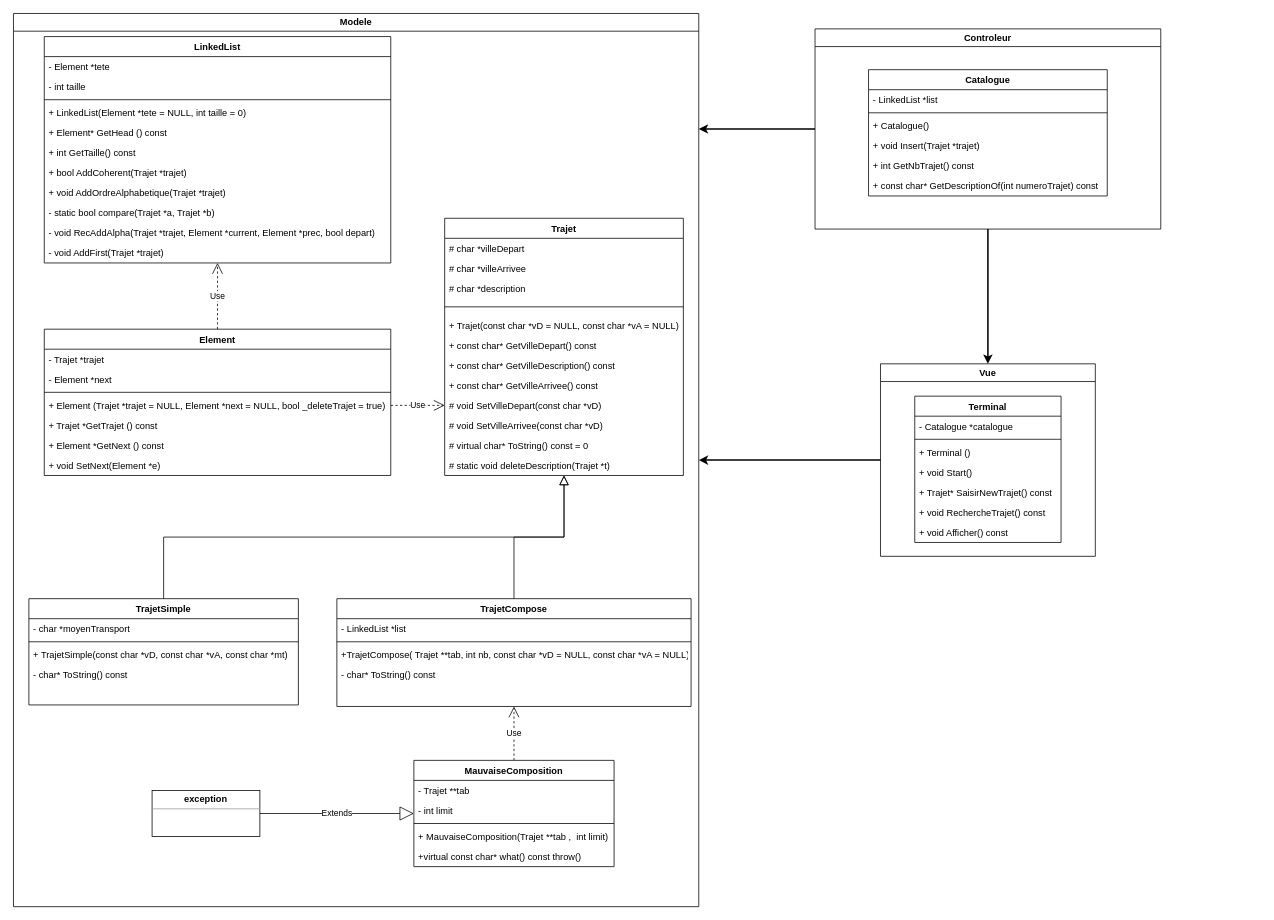
Earlier version of the draw.io diagram CPP_TP1_UML.drawio (Arkpsss/CPP_TP2). Source tidied: cells renumbered, new cells numbered last; positions are measured from the earlier drawing's top-left corner, leaving out a move shared by most shapes. Both pictures are drawn from the tidied source at 77%, with x=0, y=0 at pixel (13, 13).
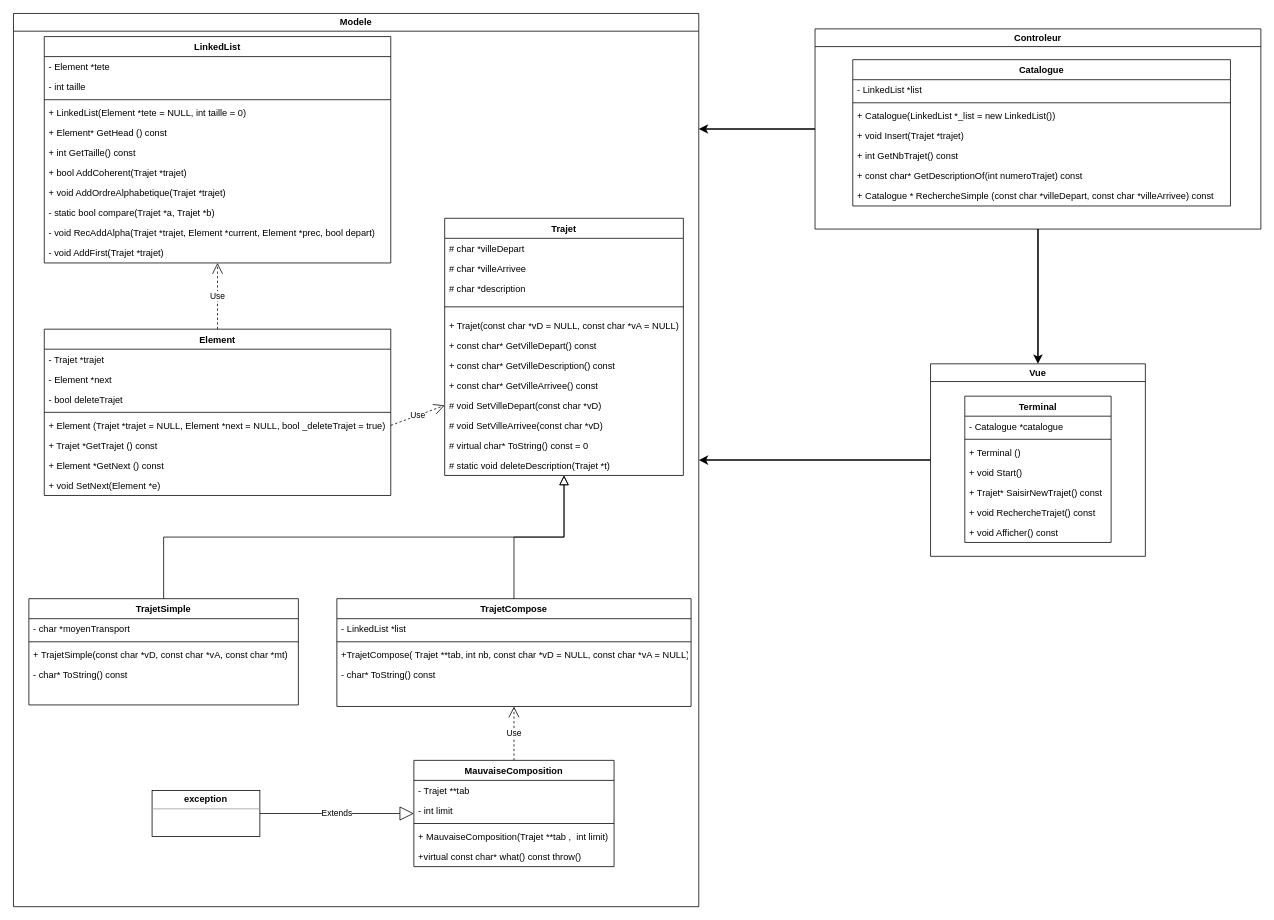
After the change.

Commit message:
Catalogue et Element

Unchanged cells that the change refers to:
```xml
<mxCell id="36" value="Modele" style="swimlane;whiteSpace=wrap;html=1;" parent="1" vertex="1">
  <mxGeometry width="890" height="1160" as="geometry" />
</mxCell>
```

Change to the diagram source:
```diff
@@
     <mxCell id="50" value="Element" style="swimlane;fontStyle=1;horizontal=1;startSize=26;fillColor=none;" parent="36" vertex="1">
-      <mxGeometry x="40" y="410" width="450" height="190" as="geometry" />
+      <mxGeometry x="40" y="410" width="450" height="216" as="geometry" />
     </mxCell>
@@
+    <mxCell id="79" value="- bool deleteTrajet&#10;" style="text;strokeColor=none;fillColor=none;align=left;verticalAlign=top;spacingLeft=4;spacingRight=4;overflow=hidden;" parent="50" vertex="1">
+      <mxGeometry y="78" width="450" height="26" as="geometry" />
+    </mxCell>
     <mxCell id="53" style="line;strokeWidth=1;fillColor=none;align=left;verticalAlign=middle;spacingTop=-1;spacingLeft=3;spacingRight=3;labelPosition=right;strokeColor=inherit;" parent="50" vertex="1">
-      <mxGeometry y="78" width="450" height="8" as="geometry" />
+      <mxGeometry y="104" width="450" height="8" as="geometry" />
     </mxCell>
     <mxCell id="54" value="+ Element (Trajet *trajet = NULL, Element *next = NULL, bool _deleteTrajet = true)" style="text;strokeColor=none;fillColor=none;align=left;verticalAlign=top;spacingLeft=4;spacingRight=4;overflow=hidden;points=[[0,0.5],[1,0.5]];portConstraint=eastwest;" parent="50" vertex="1">
-      <mxGeometry y="86" width="450" height="26" as="geometry" />
+      <mxGeometry y="112" width="450" height="26" as="geometry" />
     </mxCell>
     <mxCell id="55" value="+ Trajet *GetTrajet () const" style="text;strokeColor=none;fillColor=none;align=left;verticalAlign=top;spacingLeft=4;spacingRight=4;overflow=hidden;" parent="50" vertex="1">
-      <mxGeometry y="112" width="450" height="26" as="geometry" />
+      <mxGeometry y="138" width="450" height="26" as="geometry" />
     </mxCell>
     <mxCell id="56" value="+ Element *GetNext () const" style="text;strokeColor=none;fillColor=none;align=left;verticalAlign=top;spacingLeft=4;spacingRight=4;overflow=hidden;" parent="50" vertex="1">
-      <mxGeometry y="138" width="450" height="26" as="geometry" />
+      <mxGeometry y="164" width="450" height="26" as="geometry" />
     </mxCell>
     <mxCell id="57" value="+ void SetNext(Element *e)" style="text;strokeColor=none;fillColor=none;align=left;verticalAlign=top;spacingLeft=4;spacingRight=4;overflow=hidden;" parent="50" vertex="1">
-      <mxGeometry y="164" width="450" height="26" as="geometry" />
+      <mxGeometry y="190" width="450" height="26" as="geometry" />
     </mxCell>
@@
     <mxCell id="59" value="Controleur" style="swimlane;whiteSpace=wrap;html=1;" parent="1" vertex="1">
-      <mxGeometry x="1041" y="20" width="449" height="260" as="geometry" />
+      <mxGeometry x="1041" y="20" width="579" height="260" as="geometry" />
     </mxCell>
     <mxCell id="60" value="Catalogue" style="swimlane;fontStyle=1;align=center;verticalAlign=top;horizontal=1;startSize=26;" parent="59" vertex="1">
-      <mxGeometry x="69.5" y="53" width="310" height="164" as="geometry" />
+      <mxGeometry x="49" y="40" width="490.5" height="190" as="geometry" />
     </mxCell>
     <mxCell id="61" value="- LinkedList *list&#10;" style="text;strokeColor=none;fillColor=none;align=left;verticalAlign=top;spacingLeft=4;spacingRight=4;overflow=hidden;" parent="60" vertex="1">
-      <mxGeometry y="26" width="310" height="26" as="geometry" />
+      <mxGeometry y="26" width="490.5" height="26" as="geometry" />
     </mxCell>
     <mxCell id="62" style="line;strokeWidth=1;fillColor=none;align=left;verticalAlign=middle;spacingTop=-1;spacingLeft=3;spacingRight=3;labelPosition=right;strokeColor=inherit;" parent="60" vertex="1">
-      <mxGeometry y="52" width="310" height="8" as="geometry" />
+      <mxGeometry y="52" width="490.5" height="8" as="geometry" />
     </mxCell>
-    <mxCell id="63" value="+ Catalogue()" style="text;strokeColor=none;fillColor=none;align=left;verticalAlign=top;spacingLeft=4;spacingRight=4;overflow=hidden;" parent="60" vertex="1">
-      <mxGeometry y="60" width="310" height="26" as="geometry" />
+    <mxCell id="63" value="+ Catalogue(LinkedList *_list = new LinkedList())" style="text;strokeColor=none;fillColor=none;align=left;verticalAlign=top;spacingLeft=4;spacingRight=4;overflow=hidden;" parent="60" vertex="1">
+      <mxGeometry y="60" width="490.5" height="26" as="geometry" />
     </mxCell>
     <mxCell id="64" value="+ void Insert(Trajet *trajet)" style="text;strokeColor=none;fillColor=none;align=left;verticalAlign=top;spacingLeft=4;spacingRight=4;overflow=hidden;" parent="60" vertex="1">
-      <mxGeometry y="86" width="310" height="26" as="geometry" />
+      <mxGeometry y="86" width="490.5" height="26" as="geometry" />
     </mxCell>
     <mxCell id="65" value="+ int GetNbTrajet() const" style="text;strokeColor=none;fillColor=none;align=left;verticalAlign=top;spacingLeft=4;spacingRight=4;overflow=hidden;" parent="60" vertex="1">
-      <mxGeometry y="112" width="310" height="26" as="geometry" />
+      <mxGeometry y="112" width="490.5" height="26" as="geometry" />
     </mxCell>
     <mxCell id="66" value="+ const char* GetDescriptionOf(int numeroTrajet) const" style="text;strokeColor=none;fillColor=none;align=left;verticalAlign=top;spacingLeft=4;spacingRight=4;overflow=hidden;" parent="60" vertex="1">
-      <mxGeometry y="138" width="310" height="26" as="geometry" />
+      <mxGeometry y="138" width="490.5" height="26" as="geometry" />
     </mxCell>
+    <mxCell id="80" value="+ Catalogue * RechercheSimple (const char *villeDepart, const char *villeArrivee) const&#10;" style="text;strokeColor=none;fillColor=none;align=left;verticalAlign=top;spacingLeft=4;spacingRight=4;overflow=hidden;" parent="60" vertex="1">
+      <mxGeometry y="164" width="490.5" height="26" as="geometry" />
+    </mxCell>
     <mxCell id="67" value="Vue" style="swimlane;whiteSpace=wrap;html=1;" parent="1" vertex="1">
-      <mxGeometry x="1126" y="455" width="279" height="250" as="geometry" />
+      <mxGeometry x="1191" y="455" width="279" height="250" as="geometry" />
     </mxCell>
```
